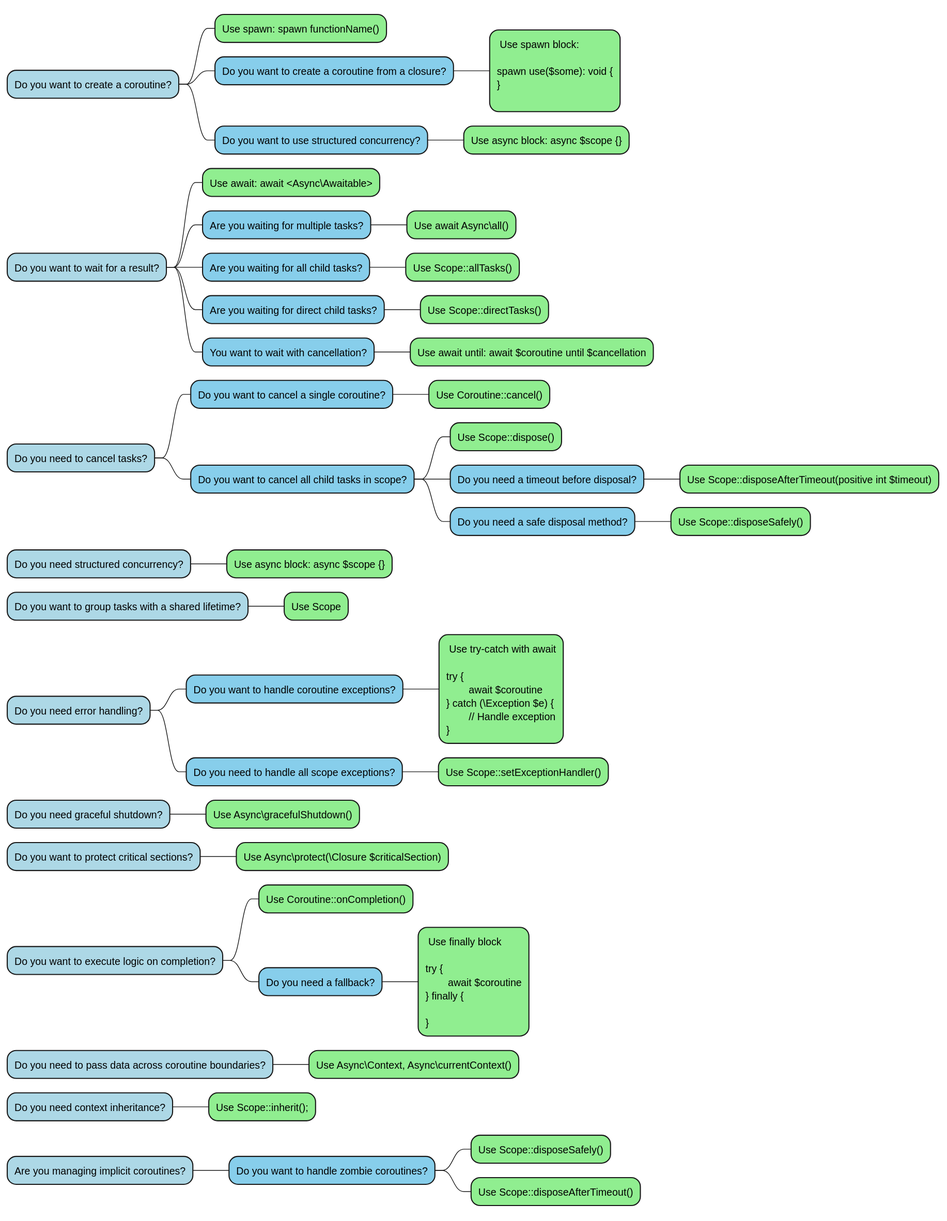
The PlantUML diagram diagrams/decision-tree.svg in true-async/php-true-async-rfc, before a commit.
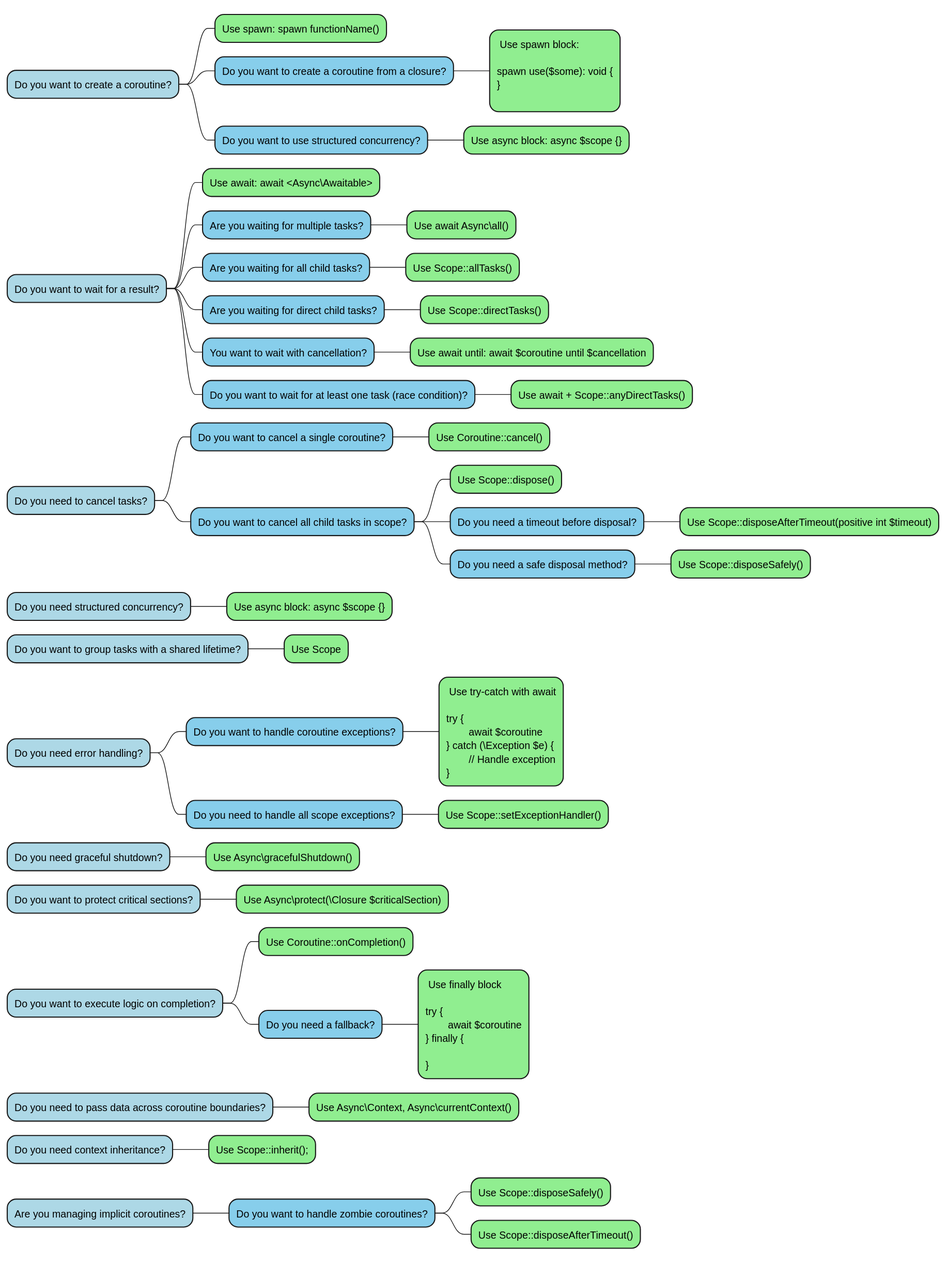
After the change.

Commit message:
Update decision tree and mind map: add race condition handling and new method for awaiting first direct child tasks

What changed in the source:
```diff
@@ -19,6 +19,8 @@
 ***[#lightgreen] Use Scope::directTasks()
 **[#87CEEB] You want to wait with cancellation?
 ***[#lightgreen] Use await until: await $coroutine until $cancellation
+**[#87CEEB] Do you want to wait for at least one task (race condition)?
+***[#lightgreen] Use await + Scope::anyDirectTasks()
 *[#lightblue] Do you need to cancel tasks?
 **[#87CEEB] Do you want to cancel a single coroutine?
 ***[#lightgreen] Use Coroutine::cancel()
```
